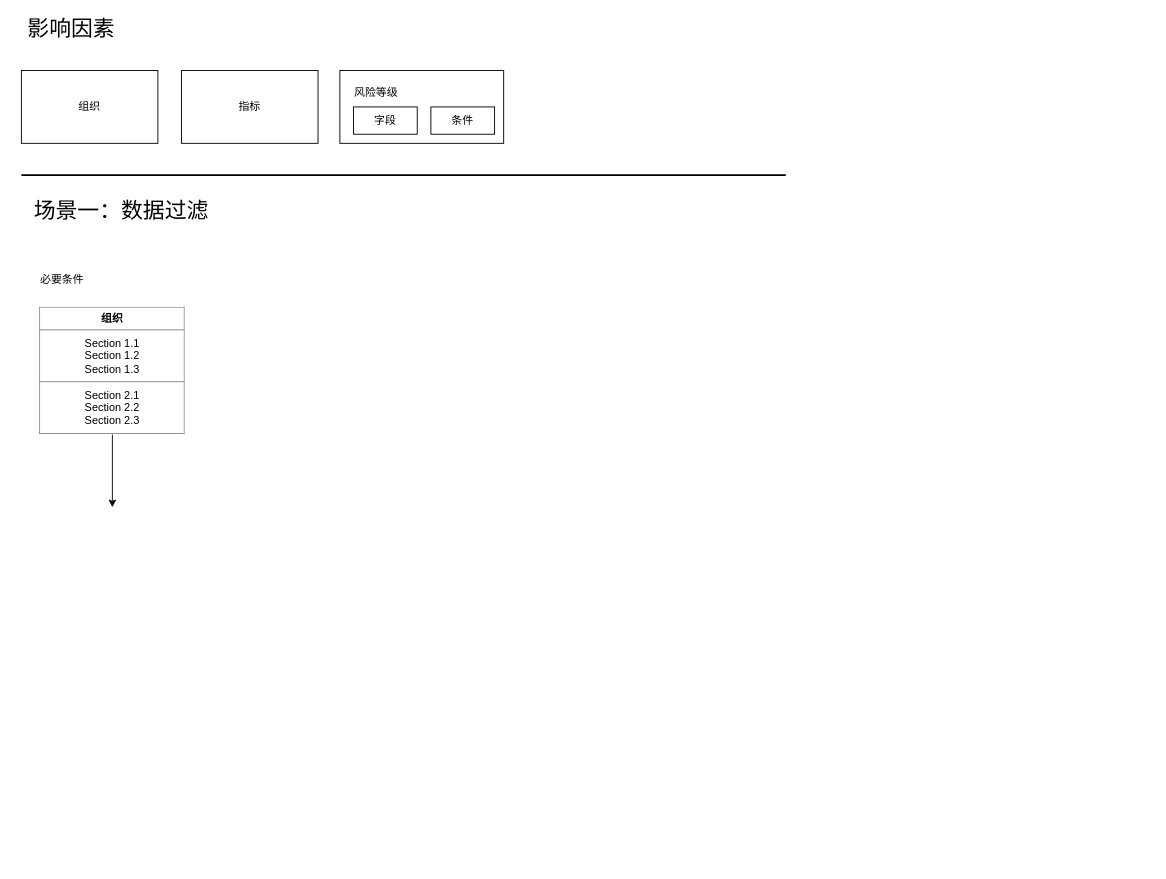
This is 风控中心.drawio from yuanzuohui/draw.io, a draw.io file, before an edit. Source tidied: cells renumbered, new cells numbered last; positions are measured from the earlier drawing's top-left corner, leaving out a move shared by most shapes. Both pictures are drawn from the tidied source at 91%, with x=0, y=0 at pixel (21, 15).
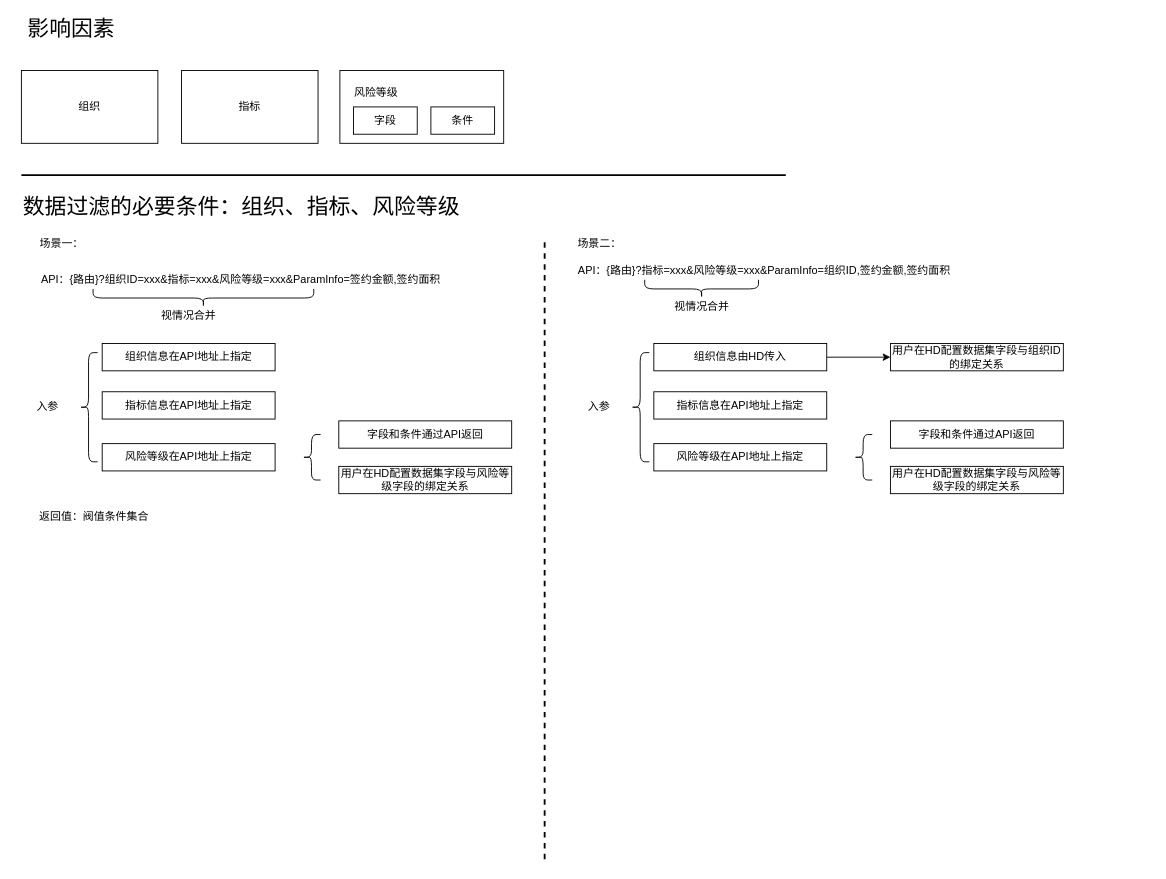
Above is the later version.

Commit message:
更新风控中心.drawio

Diff of the diagram source:
```diff
@@
-    <mxCell id="9" value="场景一：数据过滤" style="text;html=1;strokeColor=none;fillColor=none;align=center;verticalAlign=middle;whiteSpace=wrap;rounded=0;strokeWidth=1;fontSize=24;" parent="1" vertex="1">
-      <mxGeometry y="200" width="220" height="30" as="geometry" />
+    <mxCell id="9" value="数据过滤的必要条件：组织、指标、风险等级" style="text;html=1;strokeColor=none;fillColor=none;align=left;verticalAlign=middle;whiteSpace=wrap;rounded=0;strokeWidth=1;fontSize=24;" parent="1" vertex="1">
+      <mxGeometry y="200" width="530" height="20" as="geometry" />
     </mxCell>
-    <mxCell id="10" value="必要条件" style="text;html=1;strokeColor=none;fillColor=none;align=center;verticalAlign=middle;whiteSpace=wrap;rounded=0;fontSize=12;" parent="1" vertex="1">
-      <mxGeometry x="10" y="280" width="70" height="20" as="geometry" />
+    <mxCell id="10" value="入参" style="text;html=1;strokeColor=none;fillColor=none;align=center;verticalAlign=middle;whiteSpace=wrap;rounded=0;fontSize=12;" parent="1" vertex="1">
+      <mxGeometry x="-6.2" y="420" width="70" height="20" as="geometry" />
     </mxCell>
@@
-    <mxCell id="12" style="edgeStyle=orthogonalEdgeStyle;rounded=0;jettySize=auto;html=1;fontSize=12;" parent="1" edge="1" source="13">
-      <mxGeometry relative="1" as="geometry">
-        <mxPoint x="100" y="540" as="targetPoint" />
-      </mxGeometry>
-    </mxCell>
-    <mxCell id="13" value="&lt;table border=&quot;1&quot; width=&quot;100%&quot; cellpadding=&quot;4&quot; style=&quot;width: 100% ; height: 100% ; border-collapse: collapse&quot;&gt;&lt;tbody&gt;&lt;tr&gt;&lt;th align=&quot;center&quot;&gt;&lt;b&gt;组织&lt;/b&gt;&lt;/th&gt;&lt;/tr&gt;&lt;tr&gt;&lt;td align=&quot;center&quot;&gt;Section 1.1&lt;br&gt;Section 1.2&lt;br&gt;Section 1.3&lt;/td&gt;&lt;/tr&gt;&lt;tr&gt;&lt;td align=&quot;center&quot;&gt;Section 2.1&lt;br&gt;Section 2.2&lt;br&gt;Section 2.3&lt;/td&gt;&lt;/tr&gt;&lt;/tbody&gt;&lt;/table&gt;" style="text;html=1;strokeColor=none;fillColor=none;overflow=fill;fontSize=12;" parent="1" vertex="1">
-      <mxGeometry x="20" y="320" width="160" height="140" as="geometry" />
-    </mxCell>
+    <mxCell id="14" style="shape=curlyBracket;whiteSpace=wrap;html=1;rounded=1;strokeWidth=1;fontSize=12;" parent="1" vertex="1">
+      <mxGeometry x="63.8" y="370" width="20" height="120" as="geometry" />
+    </mxCell>
+    <mxCell id="15" value="组织信息在API地址上指定" style="rounded=0;whiteSpace=wrap;html=1;strokeWidth=1;fontSize=12;" parent="1" vertex="1">
+      <mxGeometry x="88.8" y="360" width="190" height="30" as="geometry" />
+    </mxCell>
+    <mxCell id="16" value="指标信息在API地址上指定" style="rounded=0;whiteSpace=wrap;html=1;strokeWidth=1;fontSize=12;" parent="1" vertex="1">
+      <mxGeometry x="88.8" y="413" width="190" height="30" as="geometry" />
+    </mxCell>
+    <mxCell id="17" value="风险等级在API地址上指定" style="rounded=0;whiteSpace=wrap;html=1;strokeWidth=1;fontSize=12;" parent="1" vertex="1">
+      <mxGeometry x="88.8" y="470" width="190" height="30" as="geometry" />
+    </mxCell>
+    <mxCell id="18" value="字段和条件通过API返回" style="rounded=0;whiteSpace=wrap;html=1;strokeWidth=1;fontSize=12;" parent="1" vertex="1">
+      <mxGeometry x="348.8" y="445" width="190" height="30" as="geometry" />
+    </mxCell>
+    <mxCell id="19" value="用户在HD配置数据集字段与风险等级字段的绑定关系" style="rounded=0;whiteSpace=wrap;html=1;strokeWidth=1;fontSize=12;" parent="1" vertex="1">
+      <mxGeometry x="348.8" y="495" width="190" height="30" as="geometry" />
+    </mxCell>
+    <mxCell id="20" style="shape=curlyBracket;whiteSpace=wrap;html=1;rounded=1;strokeWidth=1;fontSize=12;" parent="1" vertex="1">
+      <mxGeometry x="308.8" y="460" width="20" height="50" as="geometry" />
+    </mxCell>
+    <mxCell id="21" value="入参" style="text;html=1;strokeColor=none;fillColor=none;align=center;verticalAlign=middle;whiteSpace=wrap;rounded=0;fontSize=12;" parent="1" vertex="1">
+      <mxGeometry x="600" y="420" width="70" height="20" as="geometry" />
+    </mxCell>
+    <mxCell id="22" style="shape=curlyBracket;whiteSpace=wrap;html=1;rounded=1;strokeWidth=1;fontSize=12;" parent="1" vertex="1">
+      <mxGeometry x="670" y="370" width="20" height="120" as="geometry" />
+    </mxCell>
+    <mxCell id="23" style="edgeStyle=orthogonalEdgeStyle;rounded=0;jettySize=auto;html=1;exitX=1;exitY=0.5;exitDx=0;exitDy=0;entryX=0;entryY=0.5;entryDx=0;entryDy=0;fontSize=12;" parent="1" edge="1" source="24" target="30">
+      <mxGeometry relative="1" as="geometry" />
+    </mxCell>
+    <mxCell id="24" value="组织信息由HD传入" style="rounded=0;whiteSpace=wrap;html=1;strokeWidth=1;fontSize=12;" parent="1" vertex="1">
+      <mxGeometry x="695" y="360" width="190" height="30" as="geometry" />
+    </mxCell>
+    <mxCell id="25" value="指标信息在API地址上指定" style="rounded=0;whiteSpace=wrap;html=1;strokeWidth=1;fontSize=12;" parent="1" vertex="1">
+      <mxGeometry x="695" y="413" width="190" height="30" as="geometry" />
+    </mxCell>
+    <mxCell id="26" value="风险等级在API地址上指定" style="rounded=0;whiteSpace=wrap;html=1;strokeWidth=1;fontSize=12;" parent="1" vertex="1">
+      <mxGeometry x="695" y="470" width="190" height="30" as="geometry" />
+    </mxCell>
+    <mxCell id="27" value="字段和条件通过API返回" style="rounded=0;whiteSpace=wrap;html=1;strokeWidth=1;fontSize=12;" parent="1" vertex="1">
+      <mxGeometry x="955" y="445" width="190" height="30" as="geometry" />
+    </mxCell>
+    <mxCell id="28" value="用户在HD配置数据集字段与风险等级字段的绑定关系" style="rounded=0;whiteSpace=wrap;html=1;strokeWidth=1;fontSize=12;" parent="1" vertex="1">
+      <mxGeometry x="955" y="495" width="190" height="30" as="geometry" />
+    </mxCell>
+    <mxCell id="29" style="shape=curlyBracket;whiteSpace=wrap;html=1;rounded=1;strokeWidth=1;fontSize=12;" parent="1" vertex="1">
+      <mxGeometry x="915" y="460" width="20" height="50" as="geometry" />
+    </mxCell>
+    <mxCell id="30" value="用户在HD配置数据集字段与组织ID的绑定关系" style="rounded=0;whiteSpace=wrap;html=1;strokeWidth=1;fontSize=12;" parent="1" vertex="1">
+      <mxGeometry x="955" y="360" width="190" height="30" as="geometry" />
+    </mxCell>
+    <mxCell id="31" value="API：{路由}?组织ID=xxx&amp;amp;指标=xxx&amp;amp;风险等级=xxx&amp;amp;ParamInfo=签约金额,签约面积" style="text;html=1;strokeColor=none;fillColor=none;align=left;verticalAlign=middle;whiteSpace=wrap;rounded=0;fontSize=12;" parent="1" vertex="1">
+      <mxGeometry x="20" y="280" width="630" height="20" as="geometry" />
+    </mxCell>
+    <mxCell id="32" style="shape=curlyBracket;whiteSpace=wrap;html=1;rounded=1;strokeWidth=1;fontSize=12;align=left;direction=north;" parent="1" vertex="1">
+      <mxGeometry x="78.8" y="300" width="242.5" height="20" as="geometry" />
+    </mxCell>
+    <mxCell id="33" value="视情况合并" style="text;html=1;strokeColor=none;fillColor=none;align=center;verticalAlign=middle;whiteSpace=wrap;rounded=0;fontSize=12;" parent="1" vertex="1">
+      <mxGeometry x="148.8" y="320" width="70" height="20" as="geometry" />
+    </mxCell>
+    <mxCell id="34" value="API：{路由}?指标=xxx&amp;amp;风险等级=xxx&amp;amp;ParamInfo=组织ID,签约金额,签约面积" style="text;html=1;strokeColor=none;fillColor=none;align=left;verticalAlign=middle;whiteSpace=wrap;rounded=0;fontSize=12;" parent="1" vertex="1">
+      <mxGeometry x="610" y="270" width="630" height="20" as="geometry" />
+    </mxCell>
+    <mxCell id="35" style="shape=curlyBracket;whiteSpace=wrap;html=1;rounded=1;strokeWidth=1;fontSize=12;align=left;direction=north;" parent="1" vertex="1">
+      <mxGeometry x="685" y="290" width="125" height="20" as="geometry" />
+    </mxCell>
+    <mxCell id="36" value="视情况合并" style="text;html=1;strokeColor=none;fillColor=none;align=center;verticalAlign=middle;whiteSpace=wrap;rounded=0;fontSize=12;" parent="1" vertex="1">
+      <mxGeometry x="712.5" y="310" width="70" height="20" as="geometry" />
+    </mxCell>
+    <mxCell id="37" value="场景一：" style="text;html=1;strokeColor=none;fillColor=none;align=center;verticalAlign=middle;whiteSpace=wrap;rounded=0;fontSize=12;" parent="1" vertex="1">
+      <mxGeometry x="8.8" y="240" width="71.2" height="20" as="geometry" />
+    </mxCell>
+    <mxCell id="38" value="返回值：阀值条件集合" style="text;html=1;strokeColor=none;fillColor=none;align=center;verticalAlign=middle;whiteSpace=wrap;rounded=0;fontSize=12;" parent="1" vertex="1">
+      <mxGeometry x="10" y="540" width="140" height="20" as="geometry" />
+    </mxCell>
+    <mxCell id="39" value="场景二：" style="text;html=1;strokeColor=none;fillColor=none;align=center;verticalAlign=middle;whiteSpace=wrap;rounded=0;fontSize=12;" parent="1" vertex="1">
+      <mxGeometry x="600" y="240" width="71.2" height="20" as="geometry" />
+    </mxCell>
+    <mxCell id="40" style="line;strokeWidth=2;html=1;fontSize=24;dashed=1;direction=south;" parent="1" vertex="1">
+      <mxGeometry x="570" y="248.8" width="10" height="681.2" as="geometry" />
+    </mxCell>
```
